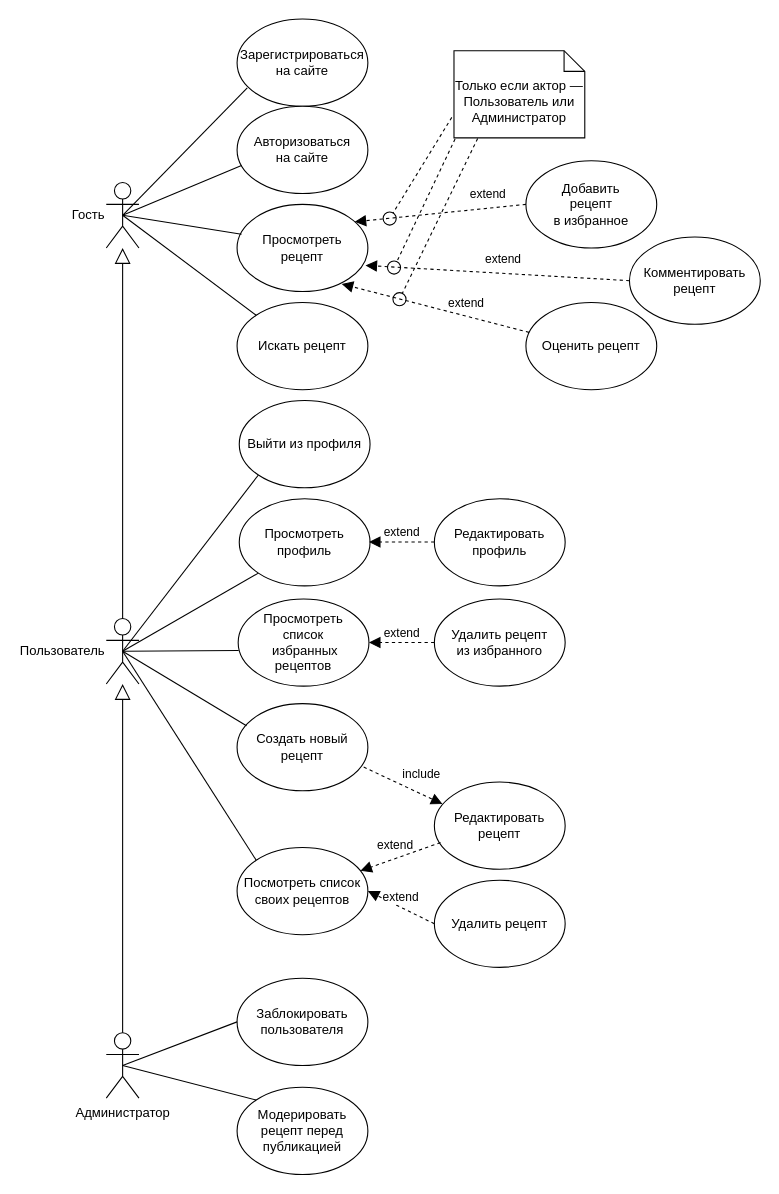
Before: docs/Use-cases diagram/Use-cases diagram — Web Gastronomy.drawio in BullDigga/web-gastronomy, a draw.io diagram. Source tidied: cells renumbered, new cells numbered last; positions are measured from the earlier drawing's top-left corner, leaving out a move shared by most shapes. Both pictures are drawn from the tidied source at 109%, with x=0, y=0 at pixel (106, 19).
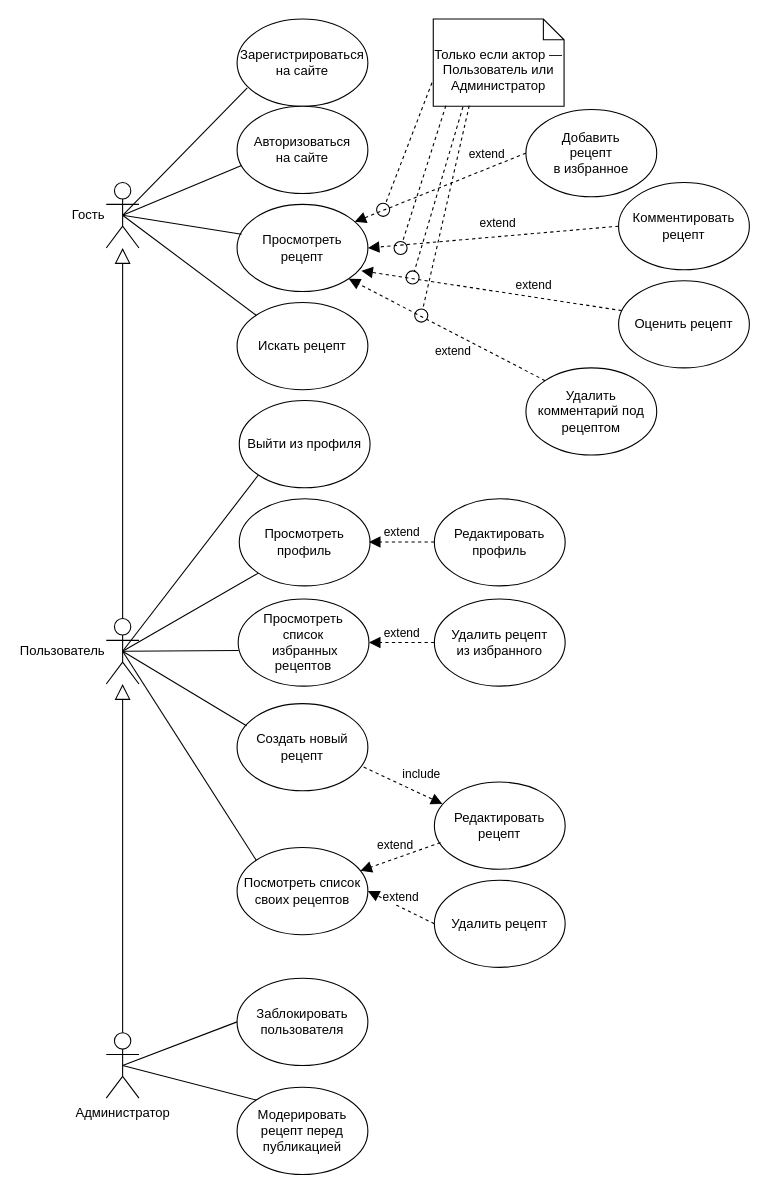
The same diagram, later.

Commit message (it also covers changes not shown here):
Добавлен use-case «Удалить комментарий под рецептом» в use-cases диаграмму

Unchanged cells that the change refers to:
```xml
<mxCell id="6" value="&lt;div&gt;Просмотреть&lt;/div&gt;&lt;div&gt;рецепт&lt;/div&gt;" style="ellipse;whiteSpace=wrap;html=1;" parent="1" vertex="1">
  <mxGeometry x="120" y="170" width="120" height="80" as="geometry" />
</mxCell>
```

Change to the diagram source:
```diff
@@
     <mxCell id="14" value="&lt;div&gt;Добавить&lt;/div&gt;&lt;div&gt;рецепт&lt;/div&gt;&lt;div&gt;в избранное&lt;/div&gt;" style="ellipse;whiteSpace=wrap;html=1;" parent="1" vertex="1">
-      <mxGeometry x="385" y="130" width="120" height="80" as="geometry" />
+      <mxGeometry x="385" y="83" width="120" height="80" as="geometry" />
     </mxCell>
@@
     <mxCell id="16" value="Комментировать рецепт" style="ellipse;whiteSpace=wrap;html=1;" parent="1" vertex="1">
-      <mxGeometry x="480" y="200" width="120" height="80" as="geometry" />
+      <mxGeometry x="470" y="150" width="120" height="80" as="geometry" />
     </mxCell>
     <mxCell id="17" value="Оценить рецепт" style="ellipse;whiteSpace=wrap;html=1;" parent="1" vertex="1">
-      <mxGeometry x="385" y="260" width="120" height="80" as="geometry" />
+      <mxGeometry x="470" y="240" width="120" height="80" as="geometry" />
     </mxCell>
@@
-    <mxCell id="31" value="extend" style="html=1;verticalAlign=bottom;endArrow=block;dashed=1;endSize=8;curved=0;rounded=0;endFill=1;entryX=0.982;entryY=0.7;entryDx=0;entryDy=0;exitX=0;exitY=0.5;exitDx=0;exitDy=0;entryPerimeter=0;" parent="1" edge="1" source="16" target="6">
+    <mxCell id="31" value="extend" style="html=1;verticalAlign=bottom;endArrow=block;dashed=1;endSize=8;curved=0;rounded=0;endFill=1;entryX=1;entryY=0.5;entryDx=0;entryDy=0;exitX=0;exitY=0.5;exitDx=0;exitDy=0;" parent="1" edge="1" source="16" target="6">
       <mxGeometry x="-0.04" y="-4" relative="1" as="geometry" />
     </mxCell>
@@
     <mxCell id="37" value="Только если актор — Пользователь или Администратор" style="shape=note2;boundedLbl=1;whiteSpace=wrap;html=1;size=19;verticalAlign=top;align=center;" parent="1" vertex="1">
-      <mxGeometry x="319" y="29" width="120" height="80" as="geometry" />
+      <mxGeometry x="300" width="120" height="80" as="geometry" />
     </mxCell>
-    <mxCell id="38" style="endArrow=oval;dashed=1;endFill=0;endSize=12;html=1;rounded=0;exitX=-0.017;exitY=0.765;exitDx=0;exitDy=0;exitPerimeter=0;" parent="1" edge="1" source="37">
+    <mxCell id="38" style="endArrow=oval;dashed=1;endFill=0;endSize=12;html=1;rounded=0;exitX=-0.01;exitY=0.73;exitDx=0;exitDy=0;exitPerimeter=0;" parent="1" edge="1" source="37">
       <mxGeometry relative="1" as="geometry">
-        <mxPoint x="260" y="183" as="targetPoint" />
+        <mxPoint x="254" y="175" as="targetPoint" />
       </mxGeometry>
     </mxCell>
-    <mxCell id="39" style="endArrow=oval;dashed=1;endFill=0;endSize=12;html=1;rounded=0;" parent="1" edge="1">
+    <mxCell id="39" style="endArrow=oval;dashed=1;endFill=0;endSize=12;html=1;rounded=0;exitX=0.096;exitY=0.994;exitDx=0;exitDy=0;exitPerimeter=0;" parent="1" edge="1" source="37">
       <mxGeometry relative="1" as="geometry">
-        <mxPoint x="320" y="110" as="sourcePoint" />
-        <mxPoint x="264" y="228" as="targetPoint" />
+        <mxPoint x="270" y="210" as="targetPoint" />
       </mxGeometry>
     </mxCell>
-    <mxCell id="40" value="extend" style="html=1;verticalAlign=bottom;endArrow=block;dashed=1;endSize=8;curved=0;rounded=0;endFill=1;entryX=0.8;entryY=0.913;entryDx=0;entryDy=0;exitX=0.024;exitY=0.343;exitDx=0;exitDy=0;entryPerimeter=0;exitPerimeter=0;" parent="1" edge="1" source="17" target="6">
+    <mxCell id="40" value="extend" style="html=1;verticalAlign=bottom;endArrow=block;dashed=1;endSize=8;curved=0;rounded=0;endFill=1;entryX=0.95;entryY=0.762;entryDx=0;entryDy=0;exitX=0.024;exitY=0.343;exitDx=0;exitDy=0;entryPerimeter=0;exitPerimeter=0;" parent="1" edge="1" source="17" target="6">
       <mxGeometry x="-0.32" y="-2" relative="1" as="geometry" />
     </mxCell>
-    <mxCell id="41" style="endArrow=oval;dashed=1;endFill=0;endSize=12;html=1;rounded=0;exitX=0.181;exitY=1.007;exitDx=0;exitDy=0;exitPerimeter=0;" parent="1" edge="1" source="37">
+    <mxCell id="41" style="endArrow=oval;dashed=1;endFill=0;endSize=12;html=1;rounded=0;exitX=0.227;exitY=1.007;exitDx=0;exitDy=0;exitPerimeter=0;" parent="1" edge="1" source="37">
       <mxGeometry relative="1" as="geometry">
-        <mxPoint x="269" y="257" as="targetPoint" />
+        <mxPoint x="281" y="237" as="targetPoint" />
       </mxGeometry>
     </mxCell>
@@
+    <mxCell id="48" value="Удалить комментарий под рецептом" style="ellipse;whiteSpace=wrap;html=1;" parent="1" vertex="1">
+      <mxGeometry x="385" y="320" width="120" height="80" as="geometry" />
+    </mxCell>
+    <mxCell id="49" value="extend" style="html=1;verticalAlign=bottom;endArrow=block;dashed=1;endSize=8;curved=0;rounded=0;endFill=1;entryX=1;entryY=1;entryDx=0;entryDy=0;exitX=0;exitY=0;exitDx=0;exitDy=0;" parent="1" edge="1" source="48" target="6">
+      <mxGeometry x="-0.18" y="23" relative="1" as="geometry" />
+    </mxCell>
+    <mxCell id="50" style="endArrow=oval;dashed=1;endFill=0;endSize=12;html=1;rounded=0;exitX=0.275;exitY=0.993;exitDx=0;exitDy=0;exitPerimeter=0;" parent="1" edge="1" source="37">
+      <mxGeometry relative="1" as="geometry">
+        <mxPoint x="289" y="272" as="targetPoint" />
+      </mxGeometry>
+    </mxCell>
```
